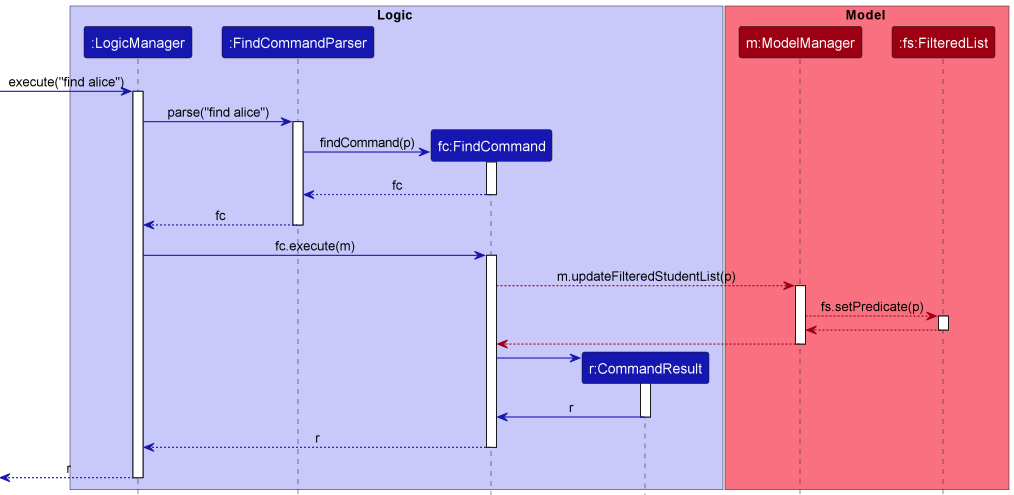
Above: docs/images/FindSequenceDiagram.png in nus-cs2103-AY2223S1/tp (PlantUML), before the change. Its source is kept beside it as docs/diagrams/FindSequenceDiagram.puml.
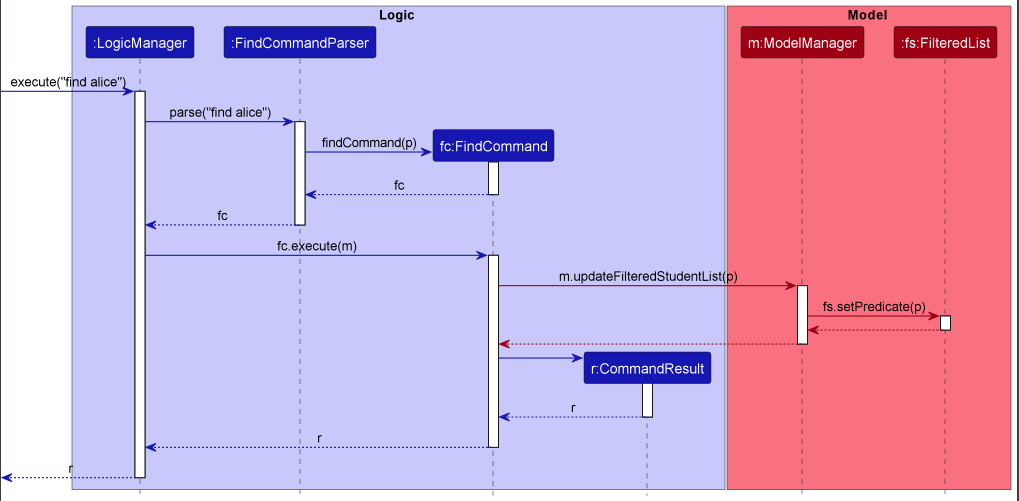
After the commit.

The edit, as a diff of the source:
```diff
@@ -33,10 +33,10 @@
 LogicManager -> FindCommand : fc.execute(m)
 activate FindCommand
 
-FindCommand -[MODEL_COLOR]-> Model : m.updateFilteredStudentList(p)
+FindCommand [MODEL_COLOR]-> Model : m.updateFilteredStudentList(p)
 activate Model
 
-Model -[MODEL_COLOR]-> FilteredList : fs.setPredicate(p)
+Model [MODEL_COLOR]-> FilteredList : fs.setPredicate(p)
 activate FilteredList
 
 
@@ -50,7 +50,7 @@
 FindCommand -> CommandResult :
 activate CommandResult
 
-CommandResult -> FindCommand : r
+CommandResult --> FindCommand : r
 deactivate CommandResult
 FindCommand --> LogicManager : r
 deactivate FindCommand
```
